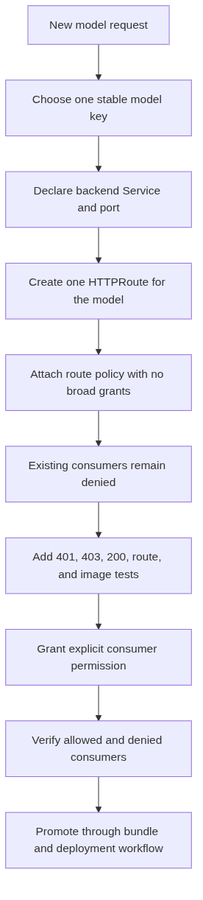
Before: docs/assets/diagrams/rendered/model-onboarding-default-deny.png, a diagram exported from Mermaid (maher-elattar/airgapped-ai-gateway-k8s). Its source is kept beside it as docs/assets/diagrams/mermaid/model-onboarding-default-deny.mmd.
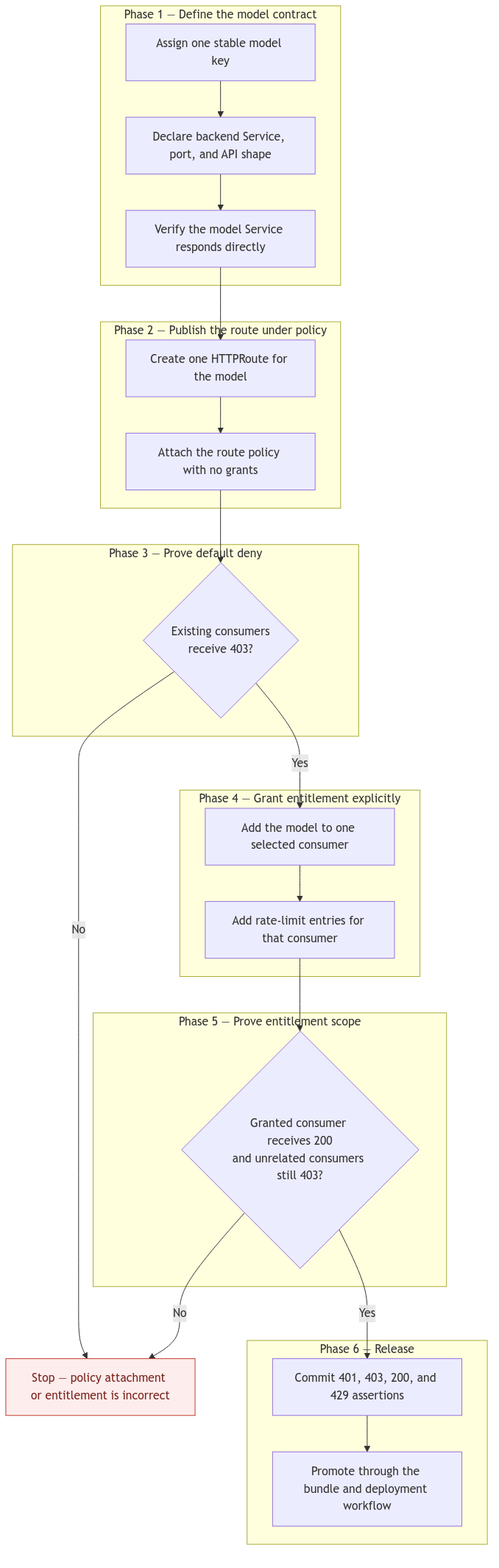
The same file after the commit.

Diff of the diagram source:
```diff
@@ -1,13 +1,40 @@
 flowchart TB
-  start["New model request"]
-  key["Choose one stable model key"]
-  service["Declare backend Service and port"]
-  route["Create one HTTPRoute for the model"]
-  policy["Attach route policy with no broad grants"]
-  deny["Existing consumers remain denied"]
-  tests["Add 401, 403, 200, route, and image tests"]
-  grant["Grant explicit consumer permission"]
-  verify["Verify allowed and denied consumers"]
-  release["Promote through bundle and deployment workflow"]
+  subgraph p1["Phase 1 — Define the model contract"]
+    key["Assign one stable model key"]
+    contract["Declare backend Service, port, and API shape"]
+    health["Verify the model Service responds directly"]
+  end
 
-  start --> key --> service --> route --> policy --> deny --> tests --> grant --> verify --> release
+  subgraph p2["Phase 2 — Publish the route under policy"]
+    route["Create one HTTPRoute for the model"]
+    policy["Attach the route policy with no grants"]
+  end
+
+  subgraph p3["Phase 3 — Prove default deny"]
+    denyCheck{"Existing consumers<br/>receive 403?"}
+  end
+
+  subgraph p4["Phase 4 — Grant entitlement explicitly"]
+    entitle["Add the model to one selected consumer"]
+    limits["Add rate-limit entries for that consumer"]
+  end
+
+  subgraph p5["Phase 5 — Prove entitlement scope"]
+    scopeCheck{"Granted consumer receives 200<br/>and unrelated consumers still 403?"}
+  end
+
+  subgraph p6["Phase 6 — Release"]
+    tests["Commit 401, 403, 200, and 429 assertions"]
+    promote["Promote through the bundle and deployment workflow"]
+  end
+
+  halt["Stop — policy attachment or entitlement is incorrect"]
+
+  key --> contract --> health --> route --> policy --> denyCheck
+  denyCheck -- "No" --> halt
+  denyCheck -- "Yes" --> entitle --> limits --> scopeCheck
+  scopeCheck -- "No" --> halt
+  scopeCheck -- "Yes" --> tests --> promote
+
+  classDef blocked fill:#fdeded,stroke:#c0392b,color:#7b241c
+  class halt blocked
```
